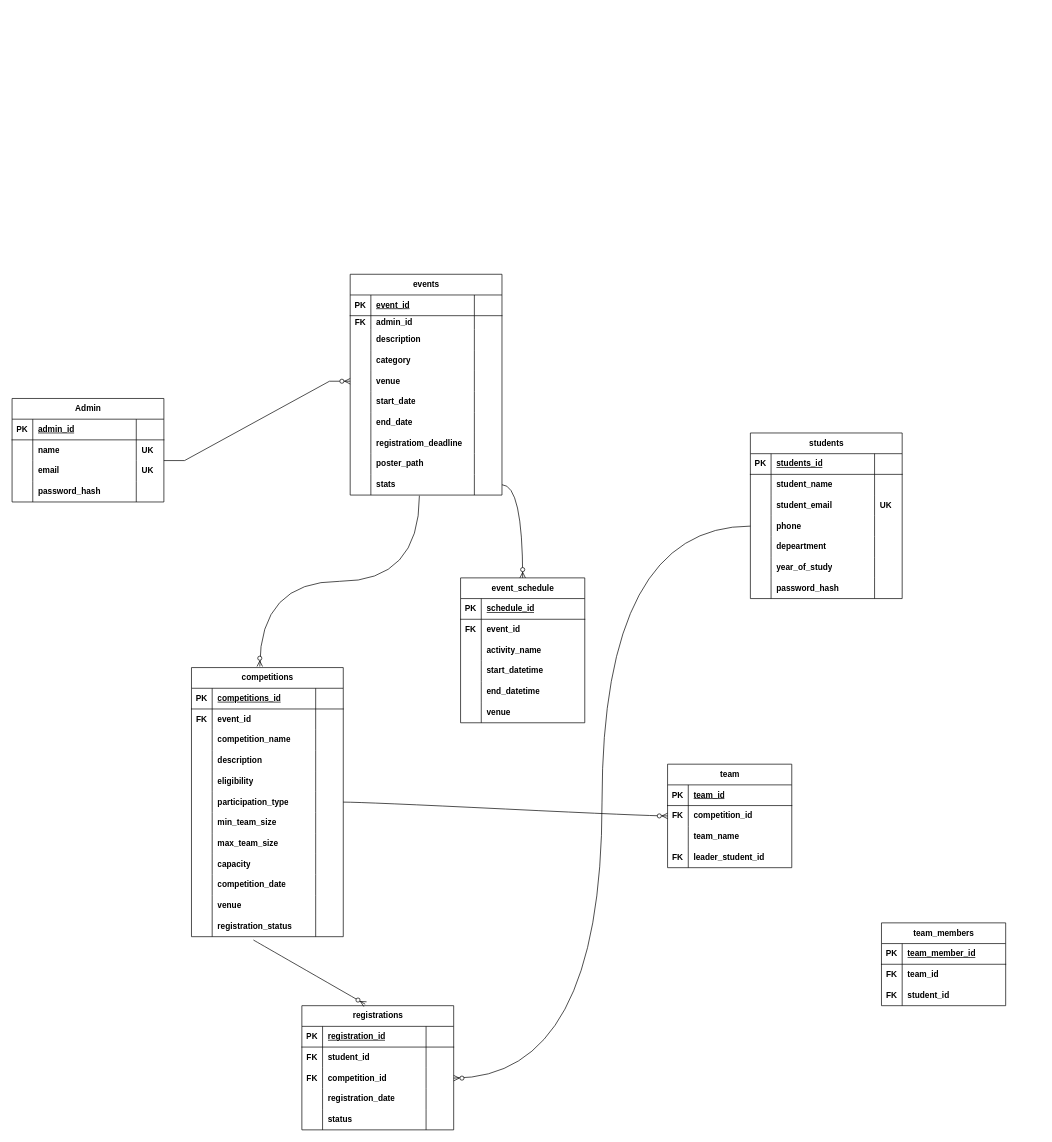
Before: Cultura Database.drawio in vincentgit777-a11y/Cultura, a draw.io diagram. Source tidied: cells renumbered, new cells numbered last; positions are measured from the earlier drawing's top-left corner, leaving out a move shared by most shapes. Both pictures are drawn from the tidied source at 69%, with x=0, y=0 at pixel (12, 274).
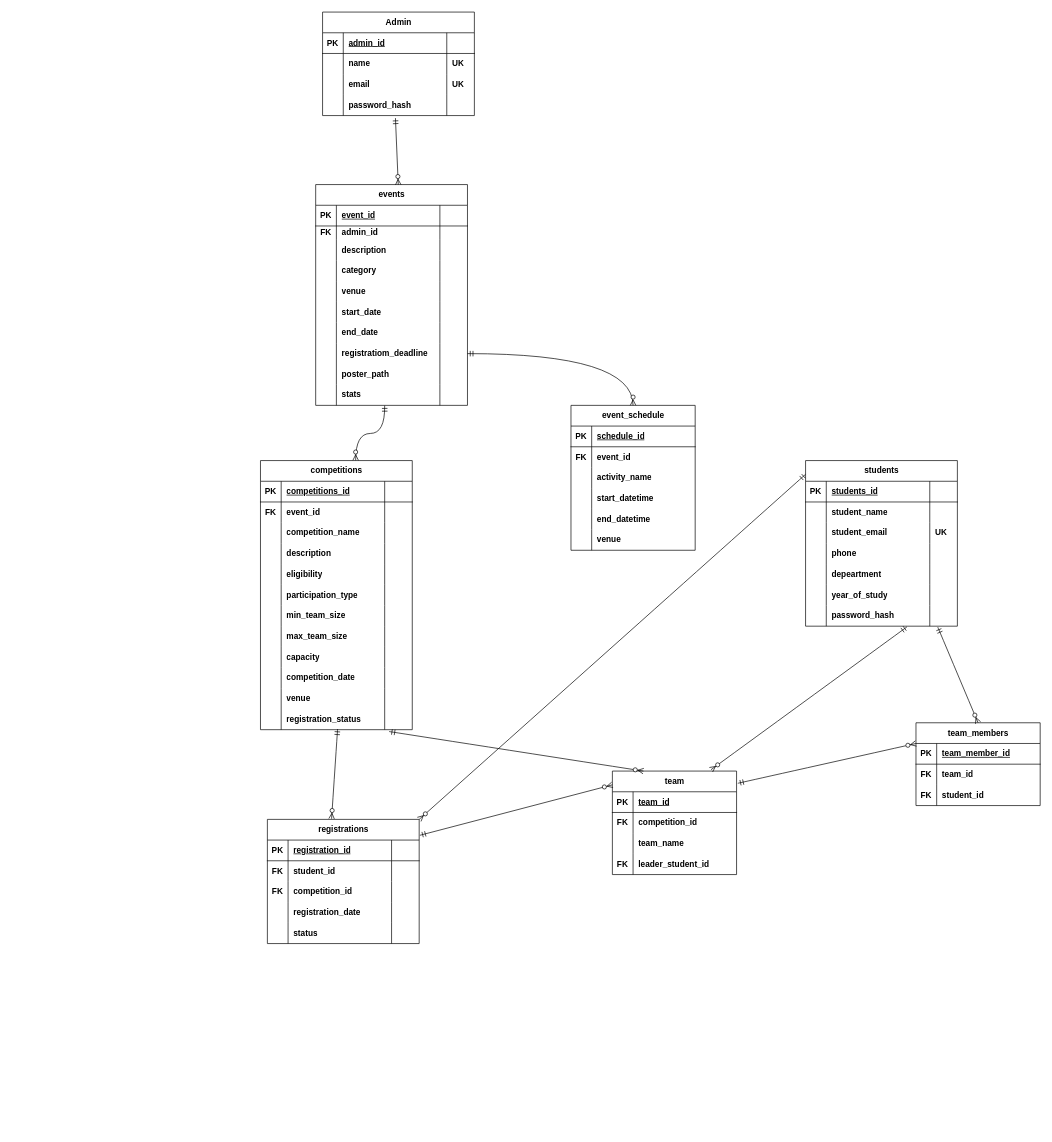
Above is the later version.

The change refers to these unchanged cells:
```xml
<mxCell id="15" style="shape=tableRow;horizontal=0;startSize=0;swimlaneHead=0;swimlaneBody=0;fillColor=none;points=[[0,0.5],[1,0.5]];portConstraint=eastwest;top=0;left=0;right=0;bottom=0;strokeColor=default;align=center;verticalAlign=middle;fontFamily=Helvetica;fontSize=12;fontColor=default;fontStyle=1;" parent="2" vertex="1">
  <mxGeometry y="120" width="220" height="30" as="geometry" />
</mxCell>
<mxCell id="36" style="shape=tableRow;horizontal=0;startSize=0;swimlaneHead=0;swimlaneBody=0;fillColor=none;points=[[0,0.5],[1,0.5]];portConstraint=eastwest;top=0;left=0;right=0;bottom=0;strokeColor=default;align=center;verticalAlign=middle;fontFamily=Helvetica;fontSize=12;fontColor=default;fontStyle=1;" parent="19" vertex="1">
  <mxGeometry y="140" width="220" height="30" as="geometry" />
</mxCell>
<mxCell id="48" style="shape=tableRow;horizontal=0;startSize=0;swimlaneHead=0;swimlaneBody=0;fillColor=none;points=[[0,0.5],[1,0.5]];portConstraint=eastwest;top=0;left=0;right=0;bottom=0;strokeColor=default;align=center;verticalAlign=middle;fontFamily=Helvetica;fontSize=12;fontColor=default;fontStyle=1;" parent="19" vertex="1">
  <mxGeometry y="230" width="220" height="30" as="geometry" />
</mxCell>
<mxCell id="56" style="shape=tableRow;horizontal=0;startSize=0;swimlaneHead=0;swimlaneBody=0;fillColor=none;points=[[0,0.5],[1,0.5]];portConstraint=eastwest;top=0;left=0;right=0;bottom=0;strokeColor=default;align=center;verticalAlign=middle;fontFamily=Helvetica;fontSize=12;fontColor=default;fontStyle=1;" parent="19" vertex="1">
  <mxGeometry y="290" width="220" height="30" as="geometry" />
</mxCell>
<mxCell id="73" style="shape=tableRow;horizontal=0;startSize=0;swimlaneHead=0;swimlaneBody=0;fillColor=none;points=[[0,0.5],[1,0.5]];portConstraint=eastwest;top=0;left=0;right=0;bottom=0;strokeColor=default;align=center;verticalAlign=middle;fontFamily=Helvetica;fontSize=12;fontColor=default;fontStyle=1;" parent="60" vertex="1">
  <mxGeometry y="120" width="220" height="30" as="geometry" />
</mxCell>
<mxCell id="85" style="shape=tableRow;horizontal=0;startSize=0;swimlaneHead=0;swimlaneBody=0;fillColor=none;points=[[0,0.5],[1,0.5]];portConstraint=eastwest;top=0;left=0;right=0;bottom=0;strokeColor=default;align=center;verticalAlign=middle;fontFamily=Helvetica;fontSize=12;fontColor=default;fontStyle=1;" parent="60" vertex="1">
  <mxGeometry y="210" width="220" height="30" as="geometry" />
</mxCell>
<mxCell id="110" style="shape=tableRow;horizontal=0;startSize=0;swimlaneHead=0;swimlaneBody=0;fillColor=none;points=[[0,0.5],[1,0.5]];portConstraint=eastwest;top=0;left=0;right=0;bottom=0;strokeColor=default;align=center;verticalAlign=middle;fontFamily=Helvetica;fontSize=12;fontColor=default;fontStyle=1;" parent="89" vertex="1">
  <mxGeometry y="180" width="220" height="30" as="geometry" />
</mxCell>
<mxCell id="134" style="shape=tableRow;horizontal=0;startSize=0;swimlaneHead=0;swimlaneBody=0;fillColor=none;points=[[0,0.5],[1,0.5]];portConstraint=eastwest;top=0;left=0;right=0;bottom=0;strokeColor=default;align=center;verticalAlign=middle;fontFamily=Helvetica;fontSize=12;fontColor=default;fontStyle=1;" parent="89" vertex="1">
  <mxGeometry y="360" width="220" height="30" as="geometry" />
</mxCell>
<mxCell id="147" style="shape=tableRow;horizontal=0;startSize=0;swimlaneHead=0;swimlaneBody=0;fillColor=none;points=[[0,0.5],[1,0.5]];portConstraint=eastwest;top=0;left=0;right=0;bottom=0;strokeColor=default;align=center;verticalAlign=middle;fontFamily=Helvetica;fontSize=12;fontColor=default;fontStyle=1;" parent="138" vertex="1">
  <mxGeometry y="90" width="220" height="30" as="geometry" />
</mxCell>
<mxCell id="182" style="shape=tableRow;horizontal=0;startSize=0;swimlaneHead=0;swimlaneBody=0;fillColor=none;points=[[0,0.5],[1,0.5]];portConstraint=eastwest;top=0;left=0;right=0;bottom=0;strokeColor=default;align=center;verticalAlign=middle;fontFamily=Helvetica;fontSize=12;fontColor=default;fontStyle=1;" parent="178" vertex="1">
  <mxGeometry y="60" width="180" height="30" as="geometry" />
</mxCell>
```

The edit, as a diff of the source:
```diff
@@
     <mxCell id="2" value="Admin" style="shape=table;startSize=30;childLayout=tableLayout;rowLines=0;fontStyle=1;align=center;html=1;strokeColor=default;verticalAlign=middle;fontFamily=Helvetica;fontSize=12;fontColor=default;fillColor=default;" parent="1" vertex="1">
-      <mxGeometry y="180" width="220" height="150" as="geometry" />
+      <mxGeometry x="450" y="-380" width="220" height="150" as="geometry" />
     </mxCell>
@@
     <mxCell id="19" value="events" style="shape=table;startSize=30;childLayout=tableLayout;rowLines=0;fontStyle=1;align=center;html=1;strokeColor=default;verticalAlign=middle;fontFamily=Helvetica;fontSize=12;fontColor=default;fillColor=default;" parent="1" vertex="1">
-      <mxGeometry x="490" width="220" height="320" as="geometry" />
+      <mxGeometry x="440" y="-130" width="220" height="320" as="geometry" />
     </mxCell>
@@
     <mxCell id="60" value="students" style="shape=table;startSize=30;childLayout=tableLayout;rowLines=0;fontStyle=1;align=center;html=1;strokeColor=default;verticalAlign=middle;fontFamily=Helvetica;fontSize=12;fontColor=default;fillColor=default;" parent="1" vertex="1">
-      <mxGeometry x="1070" y="230" width="220" height="240" as="geometry" />
+      <mxGeometry x="1150" y="270" width="220" height="240" as="geometry" />
     </mxCell>
@@
     <mxCell id="89" value="competitions" style="shape=table;startSize=30;childLayout=tableLayout;rowLines=0;fontStyle=1;align=center;html=1;strokeColor=default;verticalAlign=middle;fontFamily=Helvetica;fontSize=12;fontColor=default;fillColor=default;" parent="1" vertex="1">
-      <mxGeometry x="260" y="570" width="220" height="390" as="geometry" />
+      <mxGeometry x="360" y="270" width="220" height="390" as="geometry" />
     </mxCell>
@@
     <mxCell id="138" value="registrations" style="shape=table;startSize=30;childLayout=tableLayout;rowLines=0;fontStyle=1;align=center;html=1;strokeColor=default;verticalAlign=middle;fontFamily=Helvetica;fontSize=12;fontColor=default;fillColor=default;" parent="1" vertex="1">
-      <mxGeometry x="420" y="1060" width="220" height="180" as="geometry" />
+      <mxGeometry x="370" y="790" width="220" height="180" as="geometry" />
     </mxCell>
@@
     <mxCell id="159" value="event_schedule" style="shape=table;startSize=30;childLayout=tableLayout;rowLines=0;fontStyle=1;align=center;html=1;strokeColor=default;verticalAlign=middle;fontFamily=Helvetica;fontSize=12;fontColor=default;fillColor=default;" parent="1" vertex="1">
-      <mxGeometry x="650" y="440" width="180" height="210" as="geometry" />
+      <mxGeometry x="810" y="190" width="180" height="210" as="geometry" />
     </mxCell>
@@
     <mxCell id="178" value="team" style="shape=table;startSize=30;childLayout=tableLayout;rowLines=0;fontStyle=1;align=center;html=1;strokeColor=default;verticalAlign=middle;fontFamily=Helvetica;fontSize=12;fontColor=default;fillColor=default;" parent="1" vertex="1">
-      <mxGeometry x="950" y="710" width="180" height="150" as="geometry" />
+      <mxGeometry x="870" y="720" width="180" height="150" as="geometry" />
     </mxCell>
@@
     <mxCell id="191" value="team_members" style="shape=table;startSize=30;childLayout=tableLayout;rowLines=0;fontStyle=1;align=center;html=1;strokeColor=default;verticalAlign=middle;fontFamily=Helvetica;fontSize=12;fontColor=default;fillColor=default;" parent="1" vertex="1">
-      <mxGeometry x="1260" y="940" width="180" height="120" as="geometry" />
+      <mxGeometry x="1310" y="650" width="180" height="120" as="geometry" />
     </mxCell>
@@
-    <mxCell id="201" style="fontSize=12;html=1;endArrow=ERzeroToMany;endFill=1;rounded=0;defaultLabelBackgroundColor=page;entryX=0;entryY=0.5;entryDx=0;entryDy=0;edgeStyle=entityRelationEdgeStyle;strokeWidth=1;" parent="1" edge="1" target="36">
-      <mxGeometry relative="1" as="geometry">
-        <mxPoint x="220" y="270" as="sourcePoint" />
-      </mxGeometry>
-    </mxCell>
-    <mxCell id="202" style="edgeStyle=orthogonalEdgeStyle;fontSize=12;html=1;endArrow=ERzeroToMany;endFill=1;rounded=0;defaultLabelBackgroundColor=page;exitX=0.456;exitY=1.031;exitDx=0;exitDy=0;exitPerimeter=0;entryX=0.45;entryY=-0.004;entryDx=0;entryDy=0;entryPerimeter=0;curved=1;curveGeometry=1;" parent="1" edge="1" source="56" target="89">
-      <mxGeometry relative="1" as="geometry" />
-    </mxCell>
-    <mxCell id="203" style="edgeStyle=orthogonalEdgeStyle;fontSize=12;html=1;endArrow=ERzeroToMany;endFill=1;rounded=0;defaultLabelBackgroundColor=page;exitX=1;exitY=0.5;exitDx=0;exitDy=0;entryX=0.5;entryY=0;entryDx=0;entryDy=0;curved=1;curveGeometry=1;" parent="1" edge="1" source="56" target="159">
-      <mxGeometry relative="1" as="geometry" />
-    </mxCell>
+    <mxCell id="207" style="fontSize=12;html=1;endArrow=ERzeroToMany;startArrow=ERmandOne;rounded=0;defaultLabelBackgroundColor=page;exitX=0;exitY=0.083;exitDx=0;exitDy=0;exitPerimeter=0;entryX=1;entryY=0;entryDx=0;entryDy=0;curved=1;curveGeometry=1;" parent="1" edge="1" source="60" target="138">
+      <mxGeometry relative="1" as="geometry" />
+    </mxCell>
+    <mxCell id="208" style="fontSize=12;html=1;endArrow=ERzeroToMany;startArrow=ERmandOne;rounded=0;defaultLabelBackgroundColor=page;exitX=0.848;exitY=1.091;exitDx=0;exitDy=0;exitPerimeter=0;entryX=0.25;entryY=0;entryDx=0;entryDy=0;curved=1;curveGeometry=1;" parent="1" edge="1" source="134" target="178">
+      <mxGeometry relative="1" as="geometry" />
+    </mxCell>
+    <mxCell id="209" style="fontSize=12;html=1;endArrow=ERzeroToMany;startArrow=ERmandOne;rounded=0;defaultLabelBackgroundColor=page;exitX=0.668;exitY=1.033;exitDx=0;exitDy=0;exitPerimeter=0;entryX=0.794;entryY=-0.013;entryDx=0;entryDy=0;entryPerimeter=0;curved=1;curveGeometry=1;" parent="1" edge="1" source="85" target="178">
+      <mxGeometry relative="1" as="geometry" />
+    </mxCell>
+    <mxCell id="210" style="fontSize=12;html=1;endArrow=ERzeroToMany;startArrow=ERmandOne;rounded=0;defaultLabelBackgroundColor=page;entryX=0;entryY=0.133;entryDx=0;entryDy=0;entryPerimeter=0;exitX=1.005;exitY=0.128;exitDx=0;exitDy=0;exitPerimeter=0;" parent="1" edge="1" source="138" target="178">
+      <mxGeometry relative="1" as="geometry" />
+    </mxCell>
-    <mxCell id="204" style="fontSize=12;html=1;endArrow=ERzeroToMany;endFill=1;rounded=0;defaultLabelBackgroundColor=page;exitX=0.408;exitY=1.161;exitDx=0;exitDy=0;exitPerimeter=0;entryX=0.417;entryY=-0.012;entryDx=0;entryDy=0;entryPerimeter=0;curved=1;curveGeometry=1;" parent="1" edge="1" source="134" target="138">
+    <mxCell id="204" style="fontSize=12;html=1;endArrow=ERzeroToMany;startArrow=ERmandOne;rounded=0;defaultLabelBackgroundColor=page;exitX=0.508;exitY=0.969;exitDx=0;exitDy=0;exitPerimeter=0;entryX=0.423;entryY=-0.005;entryDx=0;entryDy=0;entryPerimeter=0;curved=1;curveGeometry=1;" parent="1" edge="1" source="134" target="138">
       <mxGeometry relative="1" as="geometry" />
     </mxCell>
-    <mxCell id="205" style="edgeStyle=orthogonalEdgeStyle;fontSize=12;html=1;endArrow=ERzeroToMany;endFill=1;rounded=0;defaultLabelBackgroundColor=page;exitX=0;exitY=0.5;exitDx=0;exitDy=0;entryX=1;entryY=0.5;entryDx=0;entryDy=0;curved=1;curveGeometry=1;" parent="1" edge="1" source="73" target="147">
-      <mxGeometry relative="1" as="geometry" />
-    </mxCell>
-    <mxCell id="206" style="fontSize=12;html=1;endArrow=ERzeroToMany;endFill=1;rounded=0;defaultLabelBackgroundColor=page;exitX=1;exitY=0.5;exitDx=0;exitDy=0;entryX=0;entryY=0.5;entryDx=0;entryDy=0;edgeStyle=entityRelationEdgeStyle;curved=1;curveGeometry=1;" parent="1" edge="1" source="110" target="182">
-      <mxGeometry relative="1" as="geometry" />
-    </mxCell>
+    <mxCell id="211" style="fontSize=12;html=1;endArrow=ERzeroToMany;startArrow=ERmandOne;rounded=0;defaultLabelBackgroundColor=page;entryX=0.627;entryY=-0.001;entryDx=0;entryDy=0;entryPerimeter=0;edgeStyle=orthogonalEdgeStyle;curved=1;curveGeometry=1;" parent="1" edge="1" target="89">
+      <mxGeometry relative="1" as="geometry">
+        <mxPoint x="540" y="190.4" as="sourcePoint" />
+      </mxGeometry>
+    </mxCell>
+    <mxCell id="212" style="edgeStyle=orthogonalEdgeStyle;fontSize=12;html=1;endArrow=ERzeroToMany;startArrow=ERmandOne;rounded=0;defaultLabelBackgroundColor=page;exitX=1;exitY=0.5;exitDx=0;exitDy=0;entryX=0.5;entryY=0;entryDx=0;entryDy=0;curved=1;curveGeometry=1;" parent="1" edge="1" source="48" target="159">
+      <mxGeometry relative="1" as="geometry" />
+    </mxCell>
+    <mxCell id="213" style="fontSize=12;html=1;endArrow=ERzeroToMany;startArrow=ERmandOne;rounded=0;defaultLabelBackgroundColor=page;exitX=0.871;exitY=1.047;exitDx=0;exitDy=0;exitPerimeter=0;entryX=0.5;entryY=0;entryDx=0;entryDy=0;curved=1;curveGeometry=1;" parent="1" edge="1" source="85" target="191">
+      <mxGeometry relative="1" as="geometry" />
+    </mxCell>
+    <mxCell id="214" style="fontSize=12;html=1;endArrow=ERzeroToMany;startArrow=ERmandOne;rounded=0;defaultLabelBackgroundColor=page;exitX=1.01;exitY=0.118;exitDx=0;exitDy=0;exitPerimeter=0;entryX=0;entryY=0.25;entryDx=0;entryDy=0;curved=1;curveGeometry=1;" parent="1" edge="1" source="178" target="191">
+      <mxGeometry relative="1" as="geometry" />
+    </mxCell>
+    <mxCell id="215" style="fontSize=12;html=1;endArrow=ERzeroToMany;startArrow=ERmandOne;rounded=0;defaultLabelBackgroundColor=page;exitX=0.48;exitY=1.122;exitDx=0;exitDy=0;exitPerimeter=0;entryX=0.544;entryY=0.001;entryDx=0;entryDy=0;entryPerimeter=0;" parent="1" edge="1" source="15" target="19">
+      <mxGeometry relative="1" as="geometry" />
+    </mxCell>
```
